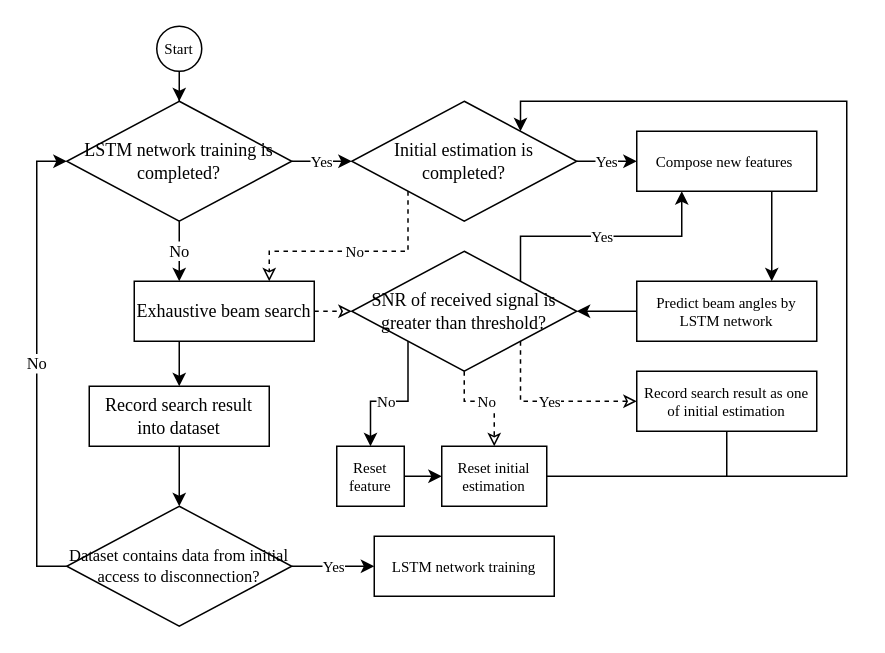
Above: Script/procedure.drawio in Lykr/FC-BET (draw.io), before the change. Source tidied: cells renumbered, new cells numbered last; positions are measured from the earlier drawing's top-left corner, leaving out a move shared by most shapes. Both pictures are drawn from the tidied source at 150%, with x=0, y=0 at pixel (36, 26).
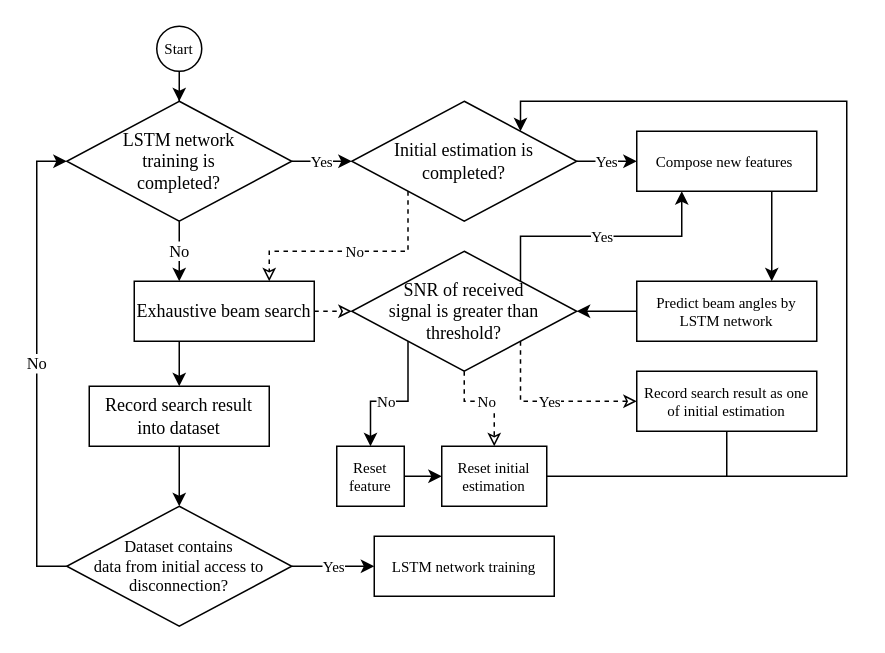
The same diagram, later.

The edit, as a diff of the source:
```diff
@@
-    <mxCell id="4" value="LSTM network training is completed?" style="rhombus;whiteSpace=wrap;html=1;labelBackgroundColor=none;labelBorderColor=none;fontFamily=Times New Roman;" parent="1" vertex="1">
+    <mxCell id="4" value="LSTM network&lt;br&gt;training is&lt;br&gt;completed?" style="rhombus;whiteSpace=wrap;html=1;labelBackgroundColor=none;labelBorderColor=none;fontFamily=Times New Roman;" parent="1" vertex="1">
       <mxGeometry x="20" y="50" width="150" height="80" as="geometry" />
     </mxCell>
@@
-    <mxCell id="12" value="&lt;font style=&quot;font-size: 11px&quot;&gt;Dataset contains data from initial access to disconnection?&lt;/font&gt;" style="rhombus;whiteSpace=wrap;html=1;rounded=0;fontSize=10;fontFamily=Times New Roman;labelBorderColor=none;" parent="1" vertex="1">
+    <mxCell id="12" value="&lt;font style=&quot;font-size: 11px&quot;&gt;Dataset contains&lt;br&gt;data from initial access to disconnection?&lt;/font&gt;" style="rhombus;whiteSpace=wrap;html=1;rounded=0;fontSize=10;fontFamily=Times New Roman;labelBorderColor=none;" parent="1" vertex="1">
       <mxGeometry x="20" y="320" width="150" height="80" as="geometry" />
     </mxCell>
@@
-    <mxCell id="23" value="&#10;&#10;&lt;span style=&quot;color: rgb(0, 0, 0); font-family: &amp;quot;times new roman&amp;quot;; font-size: 12px; font-style: normal; font-weight: 400; letter-spacing: normal; text-align: center; text-indent: 0px; text-transform: none; word-spacing: 0px; display: inline; float: none;&quot;&gt;SNR of received signal is greater than threshold?&lt;/span&gt;&#10;&#10;" style="rhombus;whiteSpace=wrap;html=1;rounded=0;labelBackgroundColor=none;gradientColor=none;fontFamily=Times New Roman;fontSize=10;" parent="1" vertex="1">
+    <mxCell id="23" value="&lt;span style=&quot;color: rgb(0 , 0 , 0) ; font-family: &amp;#34;times new roman&amp;#34; ; font-size: 12px ; font-style: normal ; font-weight: 400 ; letter-spacing: normal ; text-align: center ; text-indent: 0px ; text-transform: none ; word-spacing: 0px ; display: inline ; float: none&quot;&gt;SNR of received&lt;br&gt;signal is greater than&lt;br&gt;threshold?&lt;/span&gt;" style="rhombus;whiteSpace=wrap;html=1;rounded=0;labelBackgroundColor=none;gradientColor=none;fontFamily=Times New Roman;fontSize=10;verticalAlign=middle;" parent="1" vertex="1">
       <mxGeometry x="210" y="150" width="150" height="80" as="geometry" />
     </mxCell>
```
